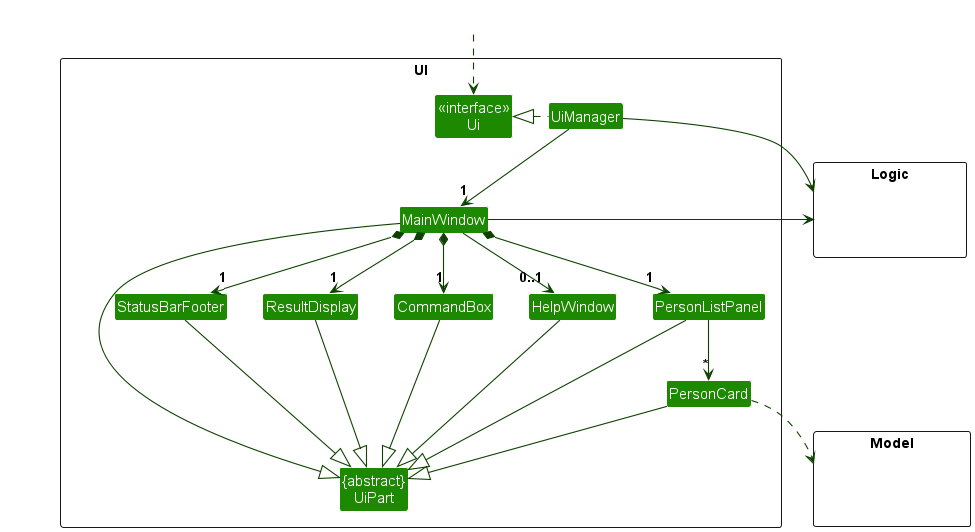
bertrandong/tp keeps this PlantUML diagram as docs/images/UiClassDiagram.png. Above is the earlier version.
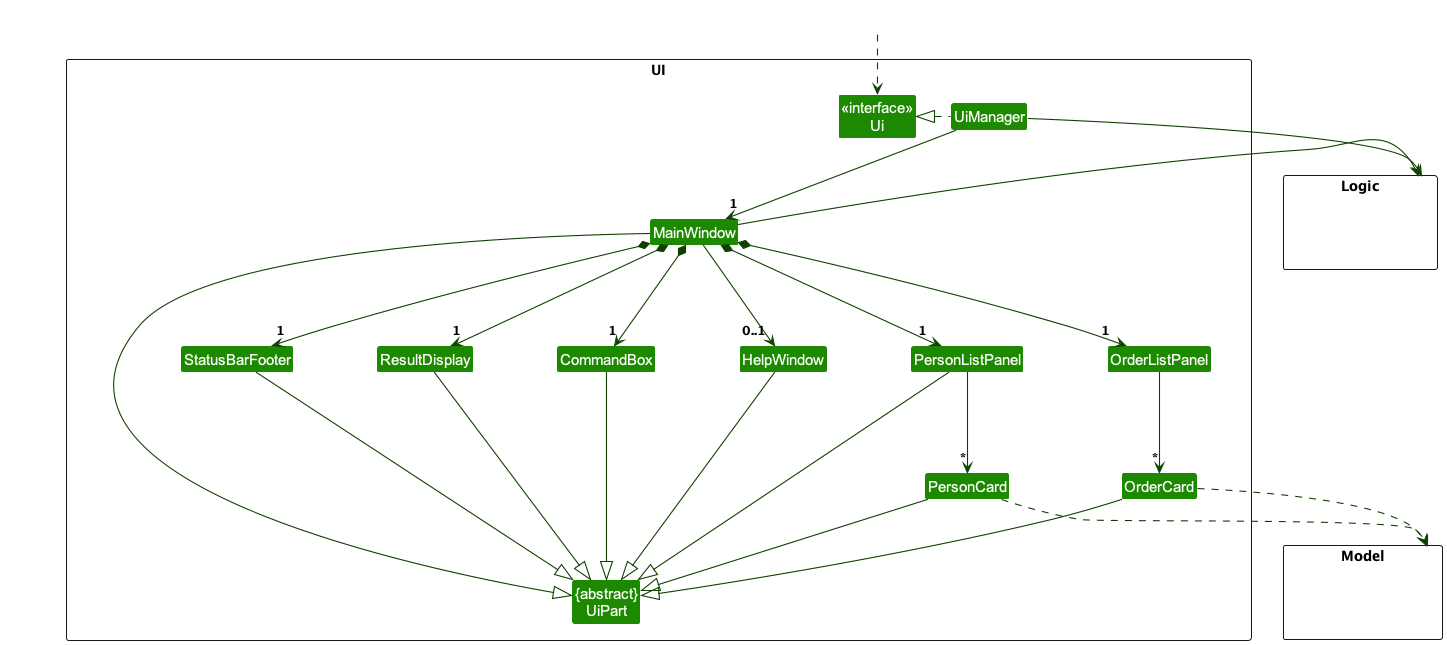
Above is the later version.

The edit, as a diff of the source:
```diff
@@ -15,6 +15,8 @@
 Class PersonCard
 Class StatusBarFooter
 Class CommandBox
+Class OrderListPanel
+Class OrderCard
 }
 
 package Model <<Rectangle>> {
@@ -35,8 +37,10 @@
 MainWindow *-down-> "1" PersonListPanel
 MainWindow *-down-> "1" StatusBarFooter
 MainWindow --> "0..1" HelpWindow
+MainWindow *-down-> "1" OrderListPanel
 
 PersonListPanel -down-> "*" PersonCard
+OrderListPanel -down-> "*" OrderCard
 
 MainWindow -left-|> UiPart
 
@@ -46,8 +50,10 @@
 PersonCard --|> UiPart
 StatusBarFooter --|> UiPart
 HelpWindow --|> UiPart
+OrderCard --|> UiPart
 
 PersonCard ..> Model
+OrderCard ..> Model
 UiManager -right-> Logic
 MainWindow -left-> Logic
 
```
